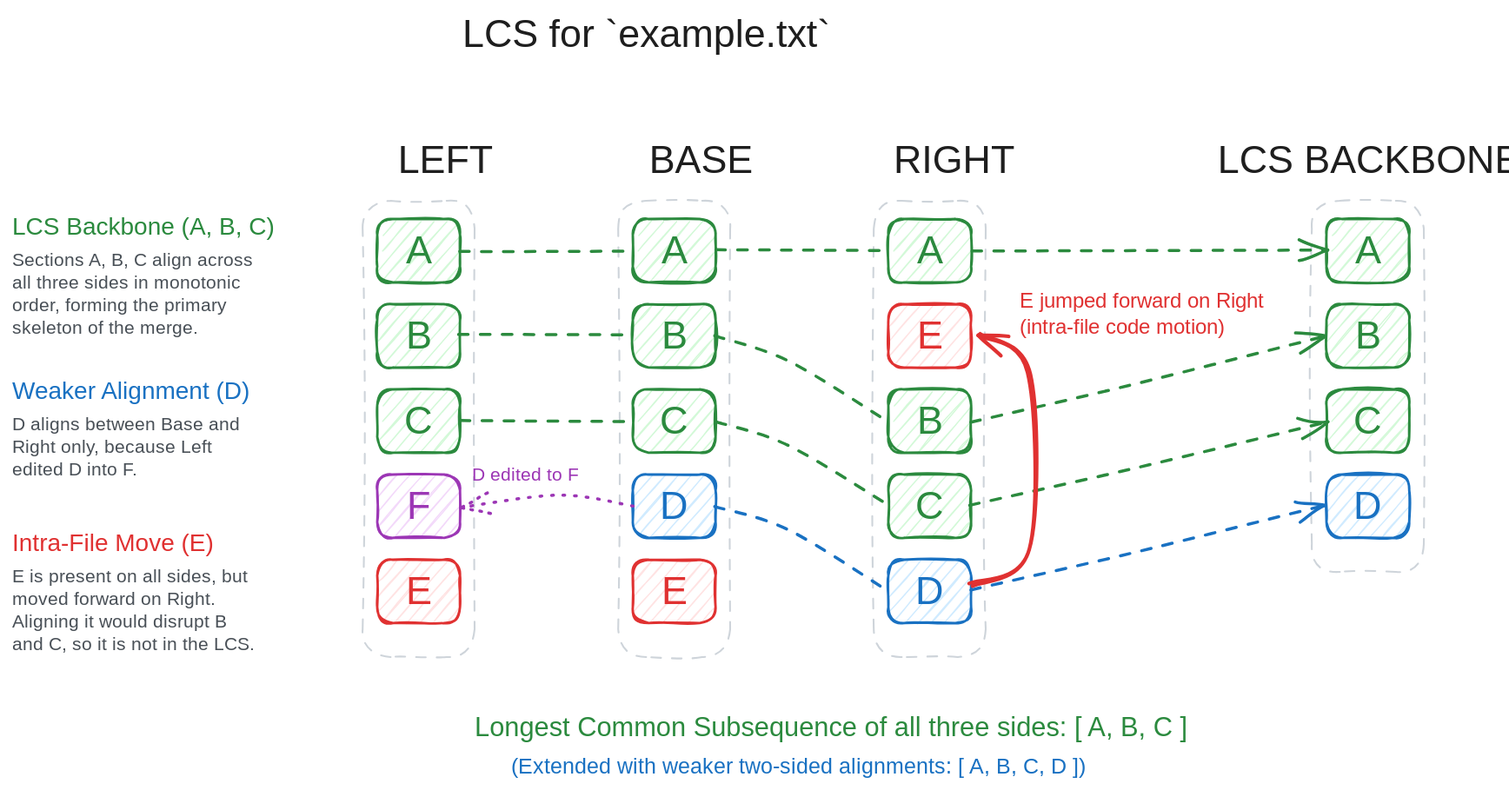
Earlier version of the Excalidraw export documents/designNotes/diagrams/threeWayMergeAndLCS.excalidraw.svg (sageserpent-open/kineticMerge). Source tidied: one line per element, renumbered; positions are measured from the earlier drawing's top-left corner, leaving out a move shared by most shapes.
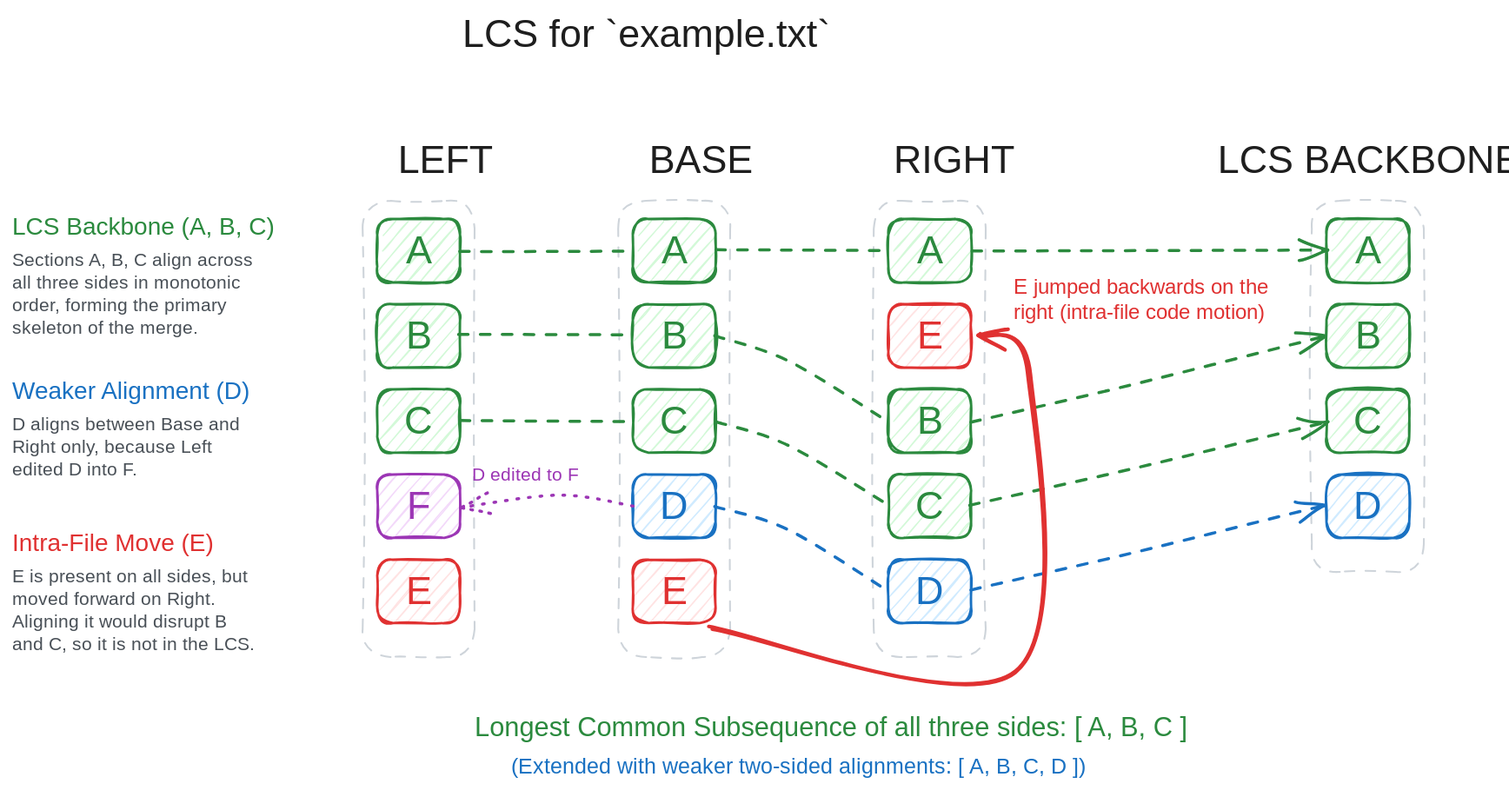
After the change.

Commit message:
Make the jump of `E` clearer.

Diff of the diagram source:
```diff
@@ -58,8 +58,8 @@
 {"id": 57, "type": "arrow", "strokeColor": "#1971c2", "strokeWidth": 2, "strokeStyle": "dashed", "roughness": 1, "endArrowhead": "arrow", "round": true, "x": 788, "y": 476, "width": 292, "height": 70, "points": [[0, 0], [130, -30], [292, -70]]}
 {"id": 58, "type": "arrow", "strokeColor": "#9c36b5", "strokeWidth": 2, "strokeStyle": "dotted", "roughness": 1, "endArrowhead": "arrow", "round": true, "x": 510, "y": 406, "width": 142, "height": 10, "points": [[0, 0], [-60, -10], [-142, 0]]}
 {"id": 59, "type": "text", "text": "D edited to F", "strokeColor": "#9c36b5", "strokeWidth": 1, "roughness": 1, "fontSize": 15, "fontFamily": 1, "x": 378, "y": 372, "width": 125, "height": 25}
-{"id": 60, "type": "arrow", "strokeColor": "#e03131", "strokeWidth": 3, "roughness": 1, "startArrowhead": "arrow", "round": true, "x": 795, "y": 266, "width": 47, "height": 205, "points": [[0, 0], [40, 30], [40, 175], [-7, 205]]}
+{"id": 60, "type": "arrow", "strokeColor": "#e03131", "strokeWidth": 3, "roughness": 1, "startArrowhead": "arrow", "round": true, "to": 17, "x": 795, "y": 266, "width": 261, "height": 276, "points": [[0, 0], [40, 30], [29, 276], [-221, 240]]}
-{"id": 61, "type": "text", "text": "E jumped forward on Right\n(intra-file code motion)", "strokeColor": "#e03131", "strokeWidth": 1, "roughness": 1, "fontSize": 17, "fontFamily": 1, "x": 828, "y": 228, "width": 222, "height": 42}
+{"id": 61, "type": "text", "text": "E jumped backwards on the\nright (intra-file code motion)", "strokeColor": "#e03131", "strokeWidth": 1, "roughness": 1, "fontSize": 17, "fontFamily": 1, "x": 823, "y": 216, "width": 236, "height": 42}
 {"id": 62, "type": "text", "text": "LCS Backbone (A, B, C)", "strokeColor": "#2b8a3e", "strokeWidth": 1, "roughness": 1, "fontSize": 20, "fontFamily": 2, "x": 0, "y": 165, "width": 265, "height": 25}
 {"id": 63, "type": "text", "text": "Sections A, B, C align across\nall three sides in monotonic\norder, forming the primary\nskeleton of the merge.", "strokeColor": "#495057", "strokeWidth": 1, "roughness": 1, "fontSize": 15, "fontFamily": 1, "x": 0, "y": 195, "width": 265, "height": 25}
 {"id": 64, "type": "text", "text": "Weaker Alignment (D)", "strokeColor": "#1971c2", "strokeWidth": 1, "roughness": 1, "fontSize": 20, "fontFamily": 2, "x": 0, "y": 300, "width": 265, "height": 25}
```
